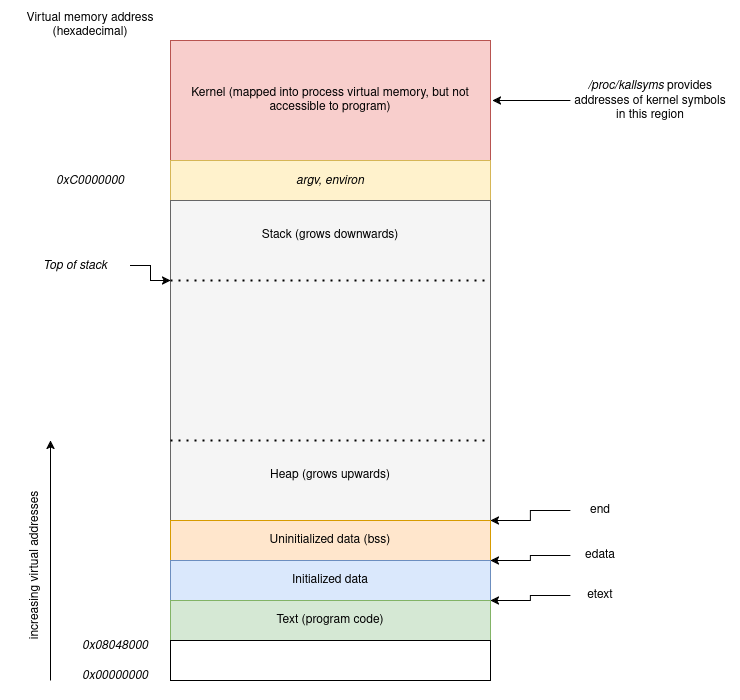
da0p/GithubPage keeps this draw.io diagram as docs/assets/memory_layout_of_process.drawio.png. Above is the earlier version. Source tidied: cells renumbered, new cells last; positions are measured from the earlier drawing's top-left corner, leaving out a move shared by most shapes.
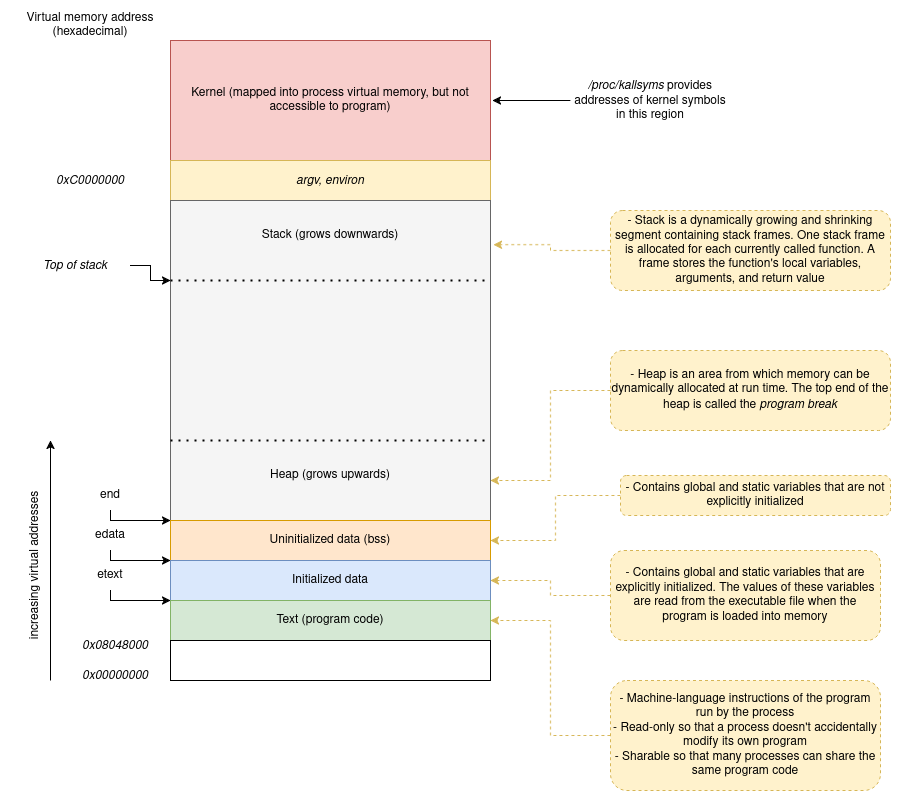
Later version of the same file.

Diff of the diagram source:
```diff
@@ -73,38 +73,65 @@
     <mxCell id="22" value="increasing virtual addresses" style="text;html=1;align=center;verticalAlign=middle;whiteSpace=wrap;rounded=0;rotation=-90;" parent="1" vertex="1">
       <mxGeometry y="540" width="170" height="30" as="geometry" />
     </mxCell>
-    <mxCell id="23" style="edgeStyle=orthogonalEdgeStyle;rounded=0;jettySize=auto;html=1;exitX=0;exitY=0.5;exitDx=0;exitDy=0;entryX=1;entryY=0;entryDx=0;entryDy=0;" parent="1" edge="1" source="24" target="13">
+    <mxCell id="23" style="edgeStyle=orthogonalEdgeStyle;rounded=0;jettySize=auto;html=1;exitX=0.5;exitY=1;exitDx=0;exitDy=0;entryX=0;entryY=0;entryDx=0;entryDy=0;" parent="1" edge="1" source="24" target="13">
       <mxGeometry relative="1" as="geometry">
         <Array as="points">
-          <mxPoint x="580" y="500" />
-          <mxPoint x="580" y="510" />
+          <mxPoint x="160" y="510" />
         </Array>
       </mxGeometry>
     </mxCell>
     <mxCell id="24" value="end" style="text;html=1;align=center;verticalAlign=middle;whiteSpace=wrap;rounded=0;" parent="1" vertex="1">
-      <mxGeometry x="620" y="485" width="60" height="30" as="geometry" />
+      <mxGeometry x="130" y="470" width="60" height="30" as="geometry" />
     </mxCell>
-    <mxCell id="25" style="edgeStyle=orthogonalEdgeStyle;rounded=0;jettySize=auto;html=1;exitX=0;exitY=0.5;exitDx=0;exitDy=0;entryX=1;entryY=0;entryDx=0;entryDy=0;" parent="1" edge="1" source="26" target="14">
+    <mxCell id="25" style="edgeStyle=orthogonalEdgeStyle;rounded=0;jettySize=auto;html=1;exitX=0.5;exitY=1;exitDx=0;exitDy=0;entryX=0;entryY=0;entryDx=0;entryDy=0;" parent="1" edge="1" source="26" target="14">
       <mxGeometry relative="1" as="geometry">
         <Array as="points">
-          <mxPoint x="580" y="545" />
-          <mxPoint x="580" y="550" />
+          <mxPoint x="160" y="550" />
         </Array>
       </mxGeometry>
     </mxCell>
     <mxCell id="26" value="edata" style="text;html=1;align=center;verticalAlign=middle;whiteSpace=wrap;rounded=0;" parent="1" vertex="1">
-      <mxGeometry x="620" y="530" width="60" height="30" as="geometry" />
+      <mxGeometry x="130" y="510" width="60" height="30" as="geometry" />
     </mxCell>
-    <mxCell id="27" style="edgeStyle=orthogonalEdgeStyle;rounded=0;jettySize=auto;html=1;exitX=0;exitY=0.5;exitDx=0;exitDy=0;entryX=1;entryY=0;entryDx=0;entryDy=0;" parent="1" edge="1" source="28" target="15">
+    <mxCell id="27" style="edgeStyle=orthogonalEdgeStyle;rounded=0;jettySize=auto;html=1;exitX=0.5;exitY=1;exitDx=0;exitDy=0;entryX=0;entryY=1;entryDx=0;entryDy=0;" parent="1" edge="1" source="28" target="14">
       <mxGeometry relative="1" as="geometry">
         <Array as="points">
-          <mxPoint x="580" y="585" />
-          <mxPoint x="580" y="590" />
+          <mxPoint x="160" y="590" />
         </Array>
       </mxGeometry>
     </mxCell>
     <mxCell id="28" value="etext" style="text;html=1;align=center;verticalAlign=middle;whiteSpace=wrap;rounded=0;" parent="1" vertex="1">
-      <mxGeometry x="620" y="570" width="60" height="30" as="geometry" />
+      <mxGeometry x="130" y="550" width="60" height="30" as="geometry" />
     </mxCell>
+    <mxCell id="29" style="edgeStyle=orthogonalEdgeStyle;rounded=0;jettySize=auto;html=1;exitX=0;exitY=0.5;exitDx=0;exitDy=0;entryX=1;entryY=0.5;entryDx=0;entryDy=0;dashed=1;fillColor=#fff2cc;strokeColor=#d6b656;" parent="1" edge="1" source="30" target="15">
+      <mxGeometry relative="1" as="geometry" />
+    </mxCell>
+    <mxCell id="30" value="&lt;div&gt;- Machine-language instructions of the program run by the process&lt;/div&gt;&lt;div&gt;- Read-only so that a process doesn't accidentally modify its own program&lt;/div&gt;&lt;div&gt;- Sharable so that many processes can share the same program code&lt;/div&gt;" style="rounded=1;whiteSpace=wrap;html=1;fillColor=#fff2cc;strokeColor=#d6b656;dashed=1;" parent="1" vertex="1">
+      <mxGeometry x="660" y="670" width="270" height="110" as="geometry" />
+    </mxCell>
+    <mxCell id="31" style="edgeStyle=orthogonalEdgeStyle;rounded=0;jettySize=auto;html=1;exitX=0;exitY=0.5;exitDx=0;exitDy=0;entryX=1;entryY=0.5;entryDx=0;entryDy=0;fillColor=#fff2cc;strokeColor=#d6b656;dashed=1;" parent="1" edge="1" source="32" target="14">
+      <mxGeometry relative="1" as="geometry" />
+    </mxCell>
+    <mxCell id="32" value="- Contains global and static variables that are explicitly initialized. The values of these variables are read from the executable file when the program is loaded into memory" style="rounded=1;whiteSpace=wrap;html=1;fillColor=#fff2cc;strokeColor=#d6b656;dashed=1;" parent="1" vertex="1">
+      <mxGeometry x="660" y="540" width="270" height="90" as="geometry" />
+    </mxCell>
+    <mxCell id="33" style="edgeStyle=orthogonalEdgeStyle;rounded=0;jettySize=auto;html=1;exitX=0;exitY=0.5;exitDx=0;exitDy=0;entryX=1;entryY=0.5;entryDx=0;entryDy=0;fillColor=#fff2cc;strokeColor=#d6b656;dashed=1;" parent="1" edge="1" source="34" target="13">
+      <mxGeometry relative="1" as="geometry" />
+    </mxCell>
+    <mxCell id="34" value="- Contains global and static variables that are not explicitly initialized" style="rounded=1;whiteSpace=wrap;html=1;fillColor=#fff2cc;strokeColor=#d6b656;dashed=1;" parent="1" vertex="1">
+      <mxGeometry x="670" y="465" width="270" height="40" as="geometry" />
+    </mxCell>
+    <mxCell id="35" value="- Stack is a dynamically growing and shrinking segment containing stack frames. One stack frame is allocated for each currently called function. A frame stores the function's local variables, arguments, and return value" style="rounded=1;whiteSpace=wrap;html=1;fillColor=#fff2cc;strokeColor=#d6b656;dashed=1;" parent="1" vertex="1">
+      <mxGeometry x="660" y="200" width="280" height="80" as="geometry" />
+    </mxCell>
+    <mxCell id="36" style="edgeStyle=orthogonalEdgeStyle;rounded=0;jettySize=auto;html=1;exitX=0;exitY=0.5;exitDx=0;exitDy=0;entryX=1.009;entryY=0.138;entryDx=0;entryDy=0;entryPerimeter=0;fillColor=#fff2cc;strokeColor=#d6b656;dashed=1;" parent="1" edge="1" source="35" target="8">
+      <mxGeometry relative="1" as="geometry" />
+    </mxCell>
+    <mxCell id="37" value="- Heap is an area from which memory can be dynamically allocated at run time. The top end of the heap is called the &lt;i&gt;program break&lt;/i&gt;" style="rounded=1;whiteSpace=wrap;html=1;fillColor=#fff2cc;strokeColor=#d6b656;dashed=1;" parent="1" vertex="1">
+      <mxGeometry x="660" y="340" width="280" height="80" as="geometry" />
+    </mxCell>
+    <mxCell id="38" style="edgeStyle=orthogonalEdgeStyle;rounded=0;jettySize=auto;html=1;exitX=0;exitY=0.5;exitDx=0;exitDy=0;entryX=1;entryY=0.875;entryDx=0;entryDy=0;entryPerimeter=0;fillColor=#fff2cc;strokeColor=#d6b656;dashed=1;" parent="1" edge="1" source="37" target="8">
+      <mxGeometry relative="1" as="geometry" />
+    </mxCell>
   </root>
 </mxGraphModel>
```
